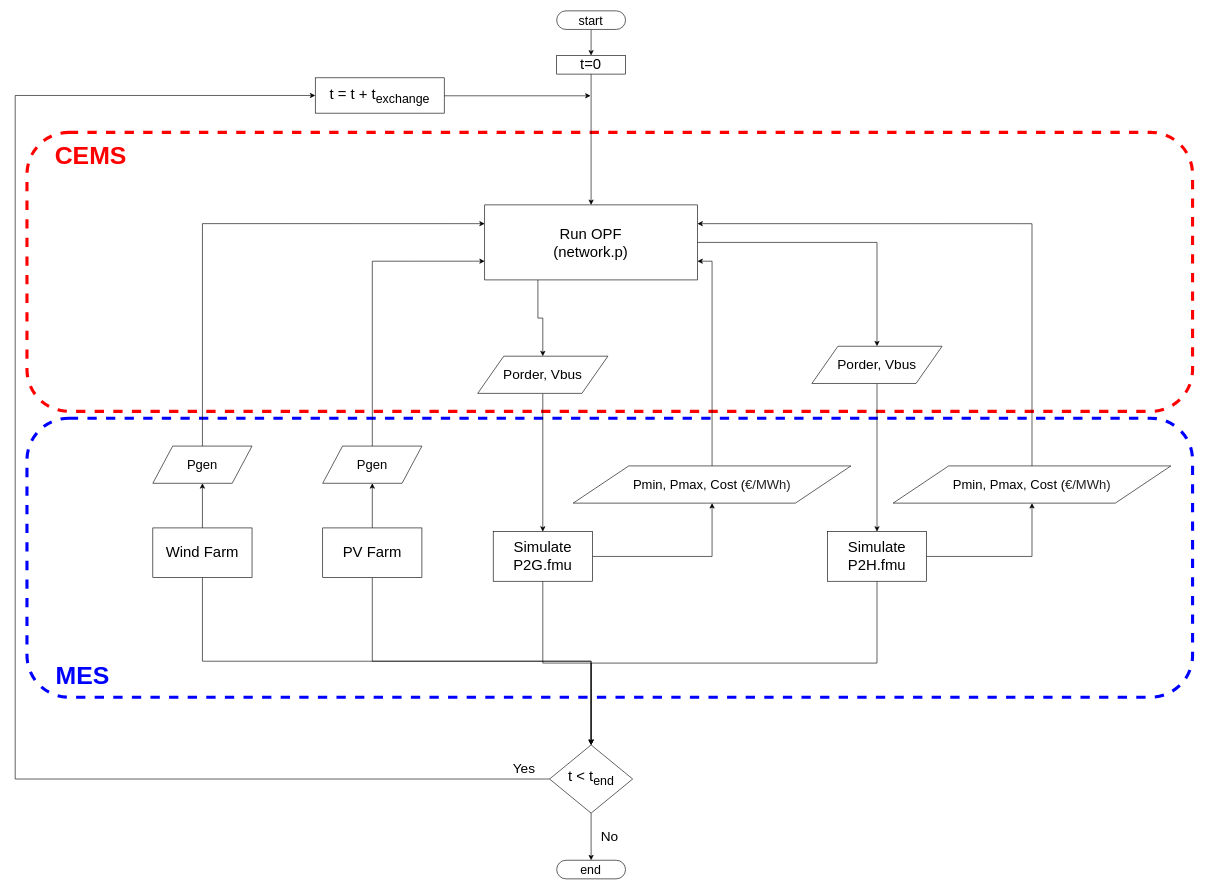
caneryagci/Multi-Energy-Systems-Thesis-Project keeps this draw.io diagram as Figures/Flowchart2_case3 (3).drawio. Above is the earlier version. Source tidied: cells renumbered, new cells numbered last; positions are measured from the earlier drawing's top-left corner, leaving out a move shared by most shapes. Both pictures are drawn from the tidied source at 62%, with x=0, y=0 at pixel (15, 11).
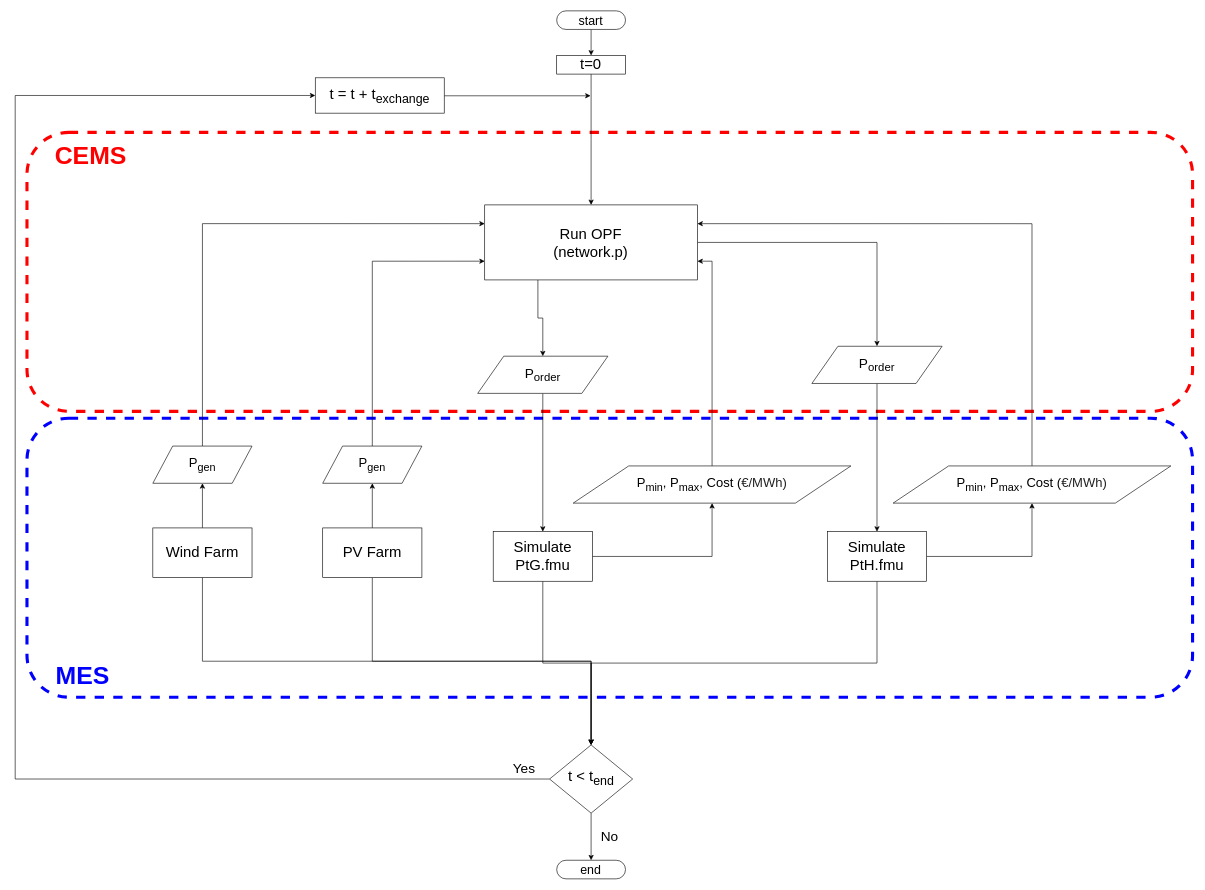
Above is the later version.

The edit, as a diff of the source:
```diff
@@
-    <mxCell id="10" value="&lt;span style=&quot;font-size: 21px&quot;&gt;Pmin, Pmax, Cost&amp;nbsp;&lt;/span&gt;&lt;font style=&quot;font-size: 21px&quot;&gt;(&lt;span style=&quot;color: rgb(34 , 34 , 34) ; font-family: &amp;#34;arial&amp;#34; , sans-serif ; text-align: left&quot;&gt;&lt;font style=&quot;font-size: 21px&quot;&gt;€/MWh)&lt;/font&gt;&lt;/span&gt;&lt;/font&gt;&lt;span style=&quot;font-size: 21px&quot;&gt;&lt;br&gt;&lt;/span&gt;" style="shape=parallelogram;perimeter=parallelogramPerimeter;whiteSpace=wrap;html=1;" parent="1" vertex="1">
+    <mxCell id="10" value="&lt;span style=&quot;font-size: 21px&quot;&gt;P&lt;sub&gt;min&lt;/sub&gt;, P&lt;sub&gt;max&lt;/sub&gt;, Cost&amp;nbsp;&lt;/span&gt;&lt;font style=&quot;font-size: 21px&quot;&gt;(&lt;span style=&quot;color: rgb(34 , 34 , 34) ; font-family: &amp;#34;arial&amp;#34; , sans-serif ; text-align: left&quot;&gt;&lt;font style=&quot;font-size: 21px&quot;&gt;€/MWh)&lt;/font&gt;&lt;/span&gt;&lt;/font&gt;&lt;span style=&quot;font-size: 21px&quot;&gt;&lt;br&gt;&lt;/span&gt;" style="shape=parallelogram;perimeter=parallelogramPerimeter;whiteSpace=wrap;html=1;" parent="1" vertex="1">
       <mxGeometry x="900" y="734" width="448" height="60" as="geometry" />
     </mxCell>
@@
-    <mxCell id="17" value="&lt;font style=&quot;font-size: 22px&quot;&gt;Porder, Vbus&lt;/font&gt;" style="shape=parallelogram;perimeter=parallelogramPerimeter;whiteSpace=wrap;html=1;" parent="1" vertex="1">
+    <mxCell id="17" value="&lt;font style=&quot;font-size: 22px&quot;&gt;P&lt;sub&gt;order&lt;/sub&gt;&lt;/font&gt;" style="shape=parallelogram;perimeter=parallelogramPerimeter;whiteSpace=wrap;html=1;" parent="1" vertex="1">
       <mxGeometry x="746" y="557" width="210" height="60" as="geometry" />
     </mxCell>
@@
-    <mxCell id="19" value="&lt;font style=&quot;font-size: 22px&quot;&gt;Porder, Vbus&lt;/font&gt;" style="shape=parallelogram;perimeter=parallelogramPerimeter;whiteSpace=wrap;html=1;" parent="1" vertex="1">
+    <mxCell id="19" value="&lt;font style=&quot;font-size: 22px&quot;&gt;P&lt;sub&gt;order&lt;/sub&gt;&lt;/font&gt;" style="shape=parallelogram;perimeter=parallelogramPerimeter;whiteSpace=wrap;html=1;" parent="1" vertex="1">
       <mxGeometry x="1285" y="541" width="210" height="60" as="geometry" />
     </mxCell>
@@
-    <mxCell id="25" value="&lt;font style=&quot;font-size: 24px&quot;&gt;Simulate P2H.fmu&lt;/font&gt;" style="rounded=0;whiteSpace=wrap;html=1;" parent="1" vertex="1">
+    <mxCell id="25" value="&lt;font style=&quot;font-size: 24px&quot;&gt;Simulate PtH.fmu&lt;/font&gt;" style="rounded=0;whiteSpace=wrap;html=1;" parent="1" vertex="1">
       <mxGeometry x="1310" y="840" width="160" height="80" as="geometry" />
     </mxCell>
@@
-    <mxCell id="28" value="&lt;font style=&quot;font-size: 24px&quot;&gt;Simulate P2G.fmu&lt;/font&gt;" style="rounded=0;whiteSpace=wrap;html=1;" parent="1" vertex="1">
+    <mxCell id="28" value="&lt;font style=&quot;font-size: 24px&quot;&gt;Simulate PtG.fmu&lt;/font&gt;" style="rounded=0;whiteSpace=wrap;html=1;" parent="1" vertex="1">
       <mxGeometry x="771" y="840" width="160" height="80" as="geometry" />
     </mxCell>
@@
-    <mxCell id="40" value="&lt;span style=&quot;font-size: 21px&quot;&gt;Pgen&lt;/span&gt;" style="shape=parallelogram;perimeter=parallelogramPerimeter;whiteSpace=wrap;html=1;" parent="1" vertex="1">
+    <mxCell id="40" value="&lt;span style=&quot;font-size: 21px&quot;&gt;P&lt;sub&gt;gen&lt;/sub&gt;&lt;/span&gt;" style="shape=parallelogram;perimeter=parallelogramPerimeter;whiteSpace=wrap;html=1;" parent="1" vertex="1">
       <mxGeometry x="496" y="702" width="160" height="60" as="geometry" />
     </mxCell>
@@
-    <mxCell id="42" value="&lt;span style=&quot;font-size: 21px&quot;&gt;Pgen&lt;/span&gt;" style="shape=parallelogram;perimeter=parallelogramPerimeter;whiteSpace=wrap;html=1;" parent="1" vertex="1">
+    <mxCell id="42" value="&lt;span style=&quot;font-size: 21px&quot;&gt;P&lt;sub&gt;gen&lt;/sub&gt;&lt;/span&gt;" style="shape=parallelogram;perimeter=parallelogramPerimeter;whiteSpace=wrap;html=1;" parent="1" vertex="1">
       <mxGeometry x="222" y="702" width="160" height="60" as="geometry" />
     </mxCell>
@@
-    <mxCell id="44" value="&lt;span style=&quot;font-size: 21px&quot;&gt;Pmin, Pmax, Cost&amp;nbsp;&lt;/span&gt;&lt;font style=&quot;font-size: 21px&quot;&gt;(&lt;span style=&quot;color: rgb(34 , 34 , 34) ; font-family: &amp;#34;arial&amp;#34; , sans-serif ; text-align: left&quot;&gt;&lt;font style=&quot;font-size: 21px&quot;&gt;€/MWh)&lt;/font&gt;&lt;/span&gt;&lt;/font&gt;&lt;span style=&quot;font-size: 21px&quot;&gt;&lt;br&gt;&lt;/span&gt;" style="shape=parallelogram;perimeter=parallelogramPerimeter;whiteSpace=wrap;html=1;" parent="1" vertex="1">
+    <mxCell id="44" value="&lt;span style=&quot;font-size: 21px&quot;&gt;P&lt;sub&gt;min&lt;/sub&gt;, P&lt;sub&gt;max&lt;/sub&gt;, Cost&amp;nbsp;&lt;/span&gt;&lt;font style=&quot;font-size: 21px&quot;&gt;(&lt;span style=&quot;color: rgb(34 , 34 , 34) ; font-family: &amp;#34;arial&amp;#34; , sans-serif ; text-align: left&quot;&gt;€/MWh)&lt;/span&gt;&lt;/font&gt;&lt;span style=&quot;font-size: 21px&quot;&gt;&lt;br&gt;&lt;/span&gt;" style="shape=parallelogram;perimeter=parallelogramPerimeter;whiteSpace=wrap;html=1;" parent="1" vertex="1">
       <mxGeometry x="1416" y="734" width="448" height="60" as="geometry" />
     </mxCell>
```
